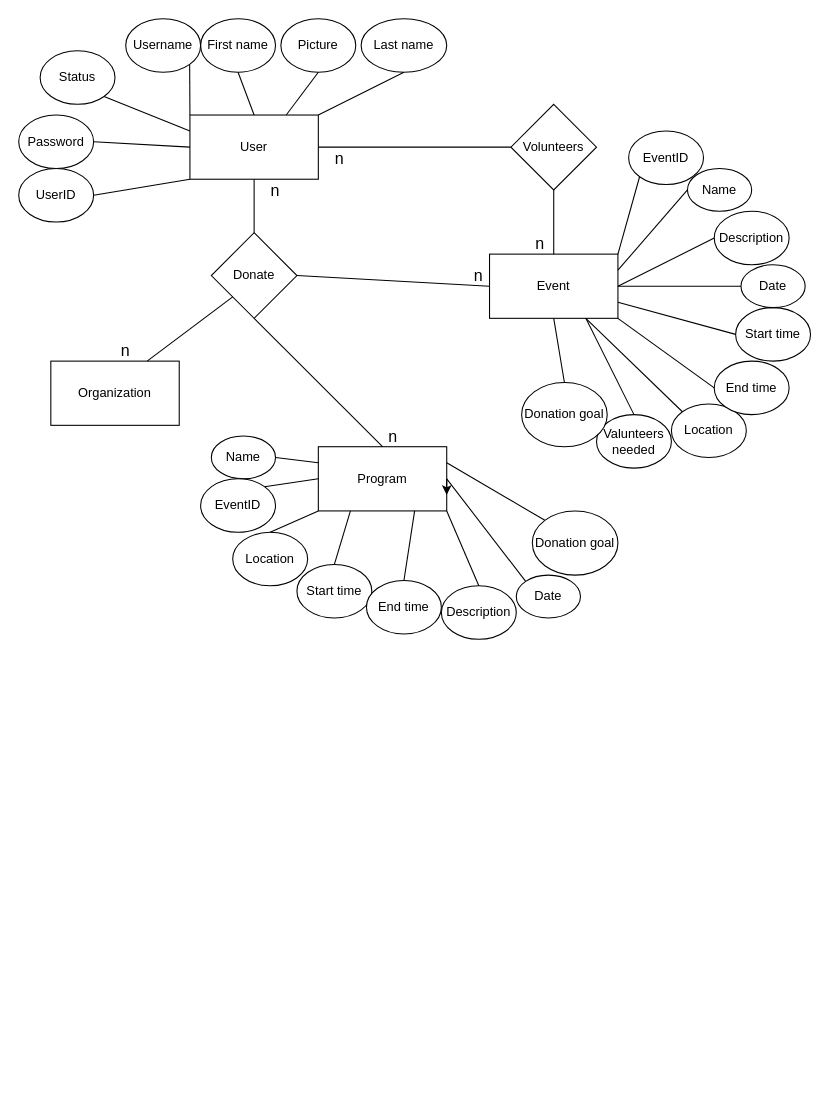
Earlier version of the draw.io diagram Architectural-Design_(UML-Diagrams).drawio (Andrew-EKrause/TeamAptiv-Web-App). Source tidied: cells renumbered, new cells numbered last; positions are measured from the earlier drawing's top-left corner, leaving out a move shared by most shapes. Both pictures are drawn from the tidied source at 107%, with x=0, y=0 at pixel (18, 18).
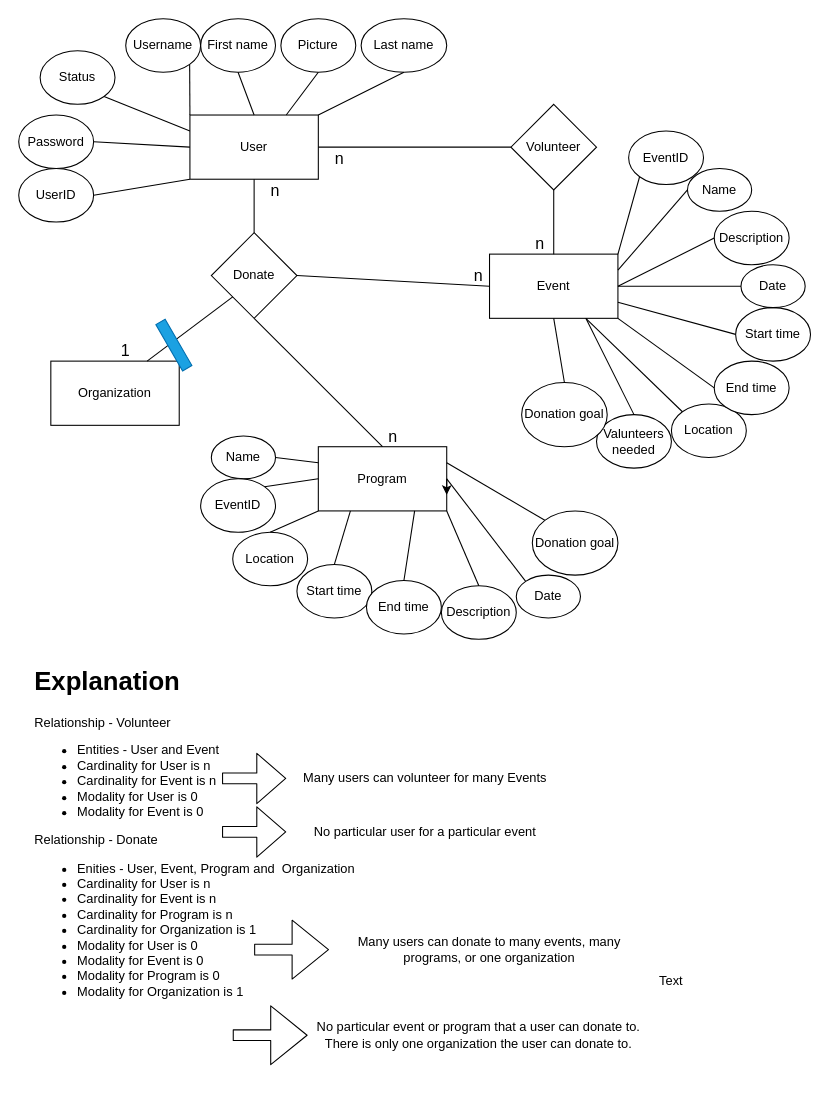
The same diagram, later.

Commit message:
finished UML diagrams

What changed in the source:
```diff
@@
-    <mxCell id="15" value="Volunteers" style="rhombus;whiteSpace=wrap;html=1;" parent="1" vertex="1">
+    <mxCell id="15" value="Volunteer" style="rhombus;whiteSpace=wrap;html=1;" parent="1" vertex="1">
       <mxGeometry x="460" y="80" width="80" height="80" as="geometry" />
     </mxCell>
@@
-    <mxCell id="68" value="&lt;font style=&quot;font-size: 15px&quot;&gt;n&lt;/font&gt;" style="text;html=1;strokeColor=none;fillColor=none;align=center;verticalAlign=middle;whiteSpace=wrap;rounded=0;" parent="1" vertex="1">
+    <mxCell id="68" value="&lt;span style=&quot;font-size: 15px&quot;&gt;1&lt;/span&gt;" style="text;html=1;strokeColor=none;fillColor=none;align=center;verticalAlign=middle;whiteSpace=wrap;rounded=0;" parent="1" vertex="1">
       <mxGeometry x="80" y="300" width="40" height="20" as="geometry" />
     </mxCell>
+    <mxCell id="69" value="&lt;h1&gt;Explanation&lt;/h1&gt;&lt;p&gt;&lt;span&gt;Relationship - Volunteer&lt;/span&gt;&lt;br&gt;&lt;/p&gt;&lt;p&gt;&lt;/p&gt;&lt;ul&gt;&lt;li&gt;&lt;span&gt;Entities - User and Event&lt;/span&gt;&lt;/li&gt;&lt;li&gt;&lt;span&gt;Cardinality for User is n&lt;/span&gt;&lt;/li&gt;&lt;li&gt;Cardinality for Event is n&lt;/li&gt;&lt;li&gt;Modality for User is 0&lt;/li&gt;&lt;li&gt;Modality for Event is 0&lt;/li&gt;&lt;/ul&gt;&lt;div&gt;Relationship - Donate&lt;/div&gt;&lt;div&gt;&lt;ul&gt;&lt;li&gt;Enities - User, Event, Program and&amp;nbsp; Organization&lt;/li&gt;&lt;li&gt;Cardinality for User is n&lt;/li&gt;&lt;li&gt;Cardinality for Event is n&lt;/li&gt;&lt;li&gt;Cardinality for Program is n&lt;/li&gt;&lt;li&gt;Cardinality for Organization is 1&lt;/li&gt;&lt;li&gt;Modality for User is 0&lt;/li&gt;&lt;li&gt;Modality for Event is 0&lt;/li&gt;&lt;li&gt;Modality for Program is 0&lt;/li&gt;&lt;li&gt;Modality for Organization is 1&lt;/li&gt;&lt;/ul&gt;&lt;/div&gt;&lt;p&gt;&lt;/p&gt;" style="text;html=1;strokeColor=none;fillColor=none;spacing=5;spacingTop=-20;whiteSpace=wrap;overflow=hidden;rounded=0;" parent="1" vertex="1">
+      <mxGeometry x="10" y="600" width="320" height="410" as="geometry" />
+    </mxCell>
+    <mxCell id="70" style="shape=flexArrow;endArrow=classic;html=1;endWidth=36;endSize=8.67;" parent="1" edge="1">
+      <mxGeometry relative="1" as="geometry">
+        <mxPoint x="190" y="710" as="sourcePoint" />
+        <mxPoint x="250" y="710" as="targetPoint" />
+      </mxGeometry>
+    </mxCell>
+    <mxCell id="71" style="shape=flexArrow;endArrow=classic;html=1;endWidth=36;endSize=8.67;" parent="1" edge="1">
+      <mxGeometry relative="1" as="geometry">
+        <mxPoint x="190" y="760" as="sourcePoint" />
+        <mxPoint x="250" y="760" as="targetPoint" />
+      </mxGeometry>
+    </mxCell>
+    <mxCell id="72" value="Many users can volunteer for many Events" style="text;html=1;strokeColor=none;fillColor=none;align=center;verticalAlign=middle;whiteSpace=wrap;rounded=0;" parent="1" vertex="1">
+      <mxGeometry x="250" y="690" width="260" height="40" as="geometry" />
+    </mxCell>
+    <mxCell id="73" value="No particular user for a particular event" style="text;html=1;strokeColor=none;fillColor=none;align=center;verticalAlign=middle;whiteSpace=wrap;rounded=0;" parent="1" vertex="1">
+      <mxGeometry x="250" y="740" width="260" height="40" as="geometry" />
+    </mxCell>
+    <mxCell id="74" style="shape=flexArrow;endArrow=classic;html=1;endWidth=44;endSize=11;" parent="1" edge="1">
+      <mxGeometry relative="1" as="geometry">
+        <mxPoint x="220" y="870" as="sourcePoint" />
+        <mxPoint x="290" y="870" as="targetPoint" />
+      </mxGeometry>
+    </mxCell>
+    <mxCell id="75" style="shape=flexArrow;endArrow=classic;html=1;endWidth=44;endSize=11;" parent="1" edge="1">
+      <mxGeometry relative="1" as="geometry">
+        <mxPoint x="200" y="950" as="sourcePoint" />
+        <mxPoint x="270" y="950" as="targetPoint" />
+      </mxGeometry>
+    </mxCell>
+    <mxCell id="76" value="Many users can donate to many events, many programs, or one organization" style="text;html=1;strokeColor=none;fillColor=none;align=center;verticalAlign=middle;whiteSpace=wrap;rounded=0;" parent="1" vertex="1">
+      <mxGeometry x="290" y="850" width="300" height="40" as="geometry" />
+    </mxCell>
+    <mxCell id="77" style="rounded=0;whiteSpace=wrap;html=1;fillColor=#1ba1e2;strokeColor=#006EAF;fontColor=#ffffff;rotation=60;" parent="1" vertex="1">
+      <mxGeometry x="120" y="300" width="50" height="10" as="geometry" />
+    </mxCell>
+    <mxCell id="78" value="Text" style="text;html=1;strokeColor=none;fillColor=none;align=center;verticalAlign=middle;whiteSpace=wrap;rounded=0;" parent="1" vertex="1">
+      <mxGeometry x="590" y="890" width="40" height="20" as="geometry" />
+    </mxCell>
+    <mxCell id="79" value="No particular event or program that a user can donate to. There is only one organization the user can donate to." style="text;html=1;strokeColor=none;fillColor=none;align=center;verticalAlign=middle;whiteSpace=wrap;rounded=0;" parent="1" vertex="1">
+      <mxGeometry x="270" y="930" width="320" height="40" as="geometry" />
+    </mxCell>
```
